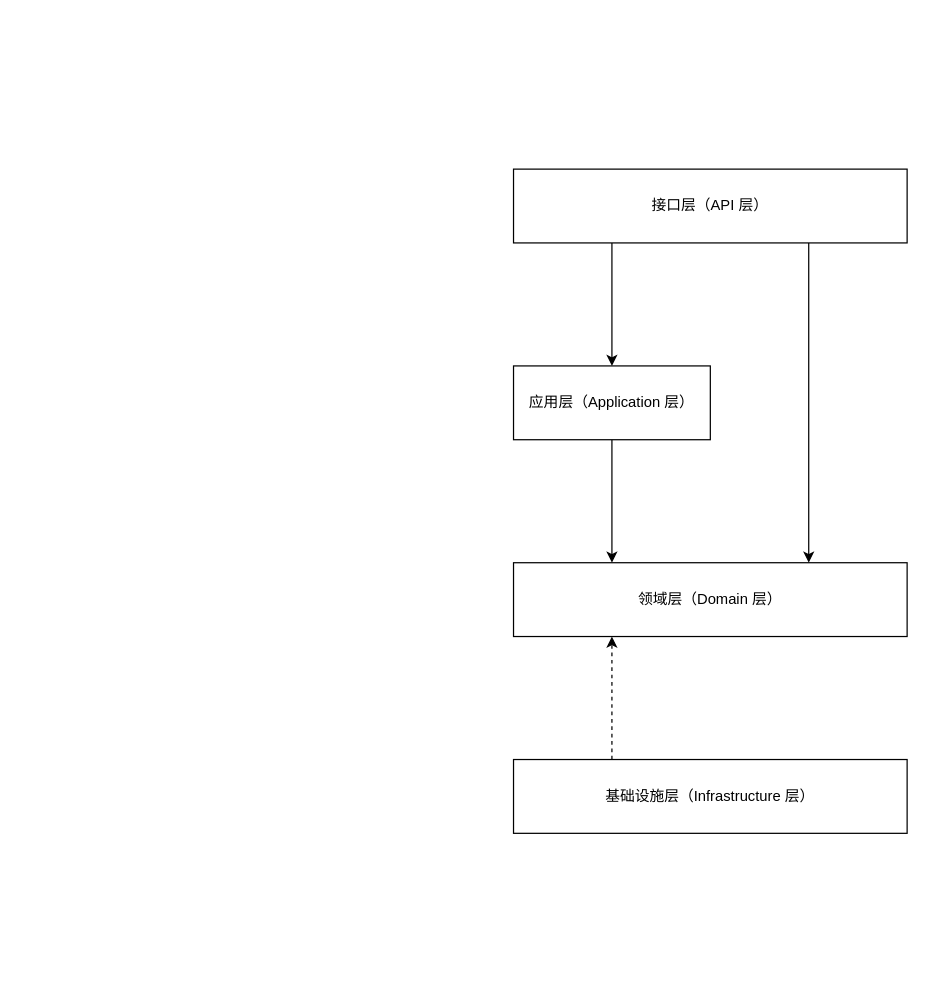
Earlier version of the draw.io diagram page "第 1 页" (1 of 2) of MDP框架层次架构.drawio (love-infinite/drawio-file). Source tidied: cells renumbered, new cells numbered last; positions are measured from the earlier drawing's top-left corner, leaving out a move shared by most shapes. Both pictures are drawn from the tidied source at 123%, with x=0, y=0 at pixel (513, 169).
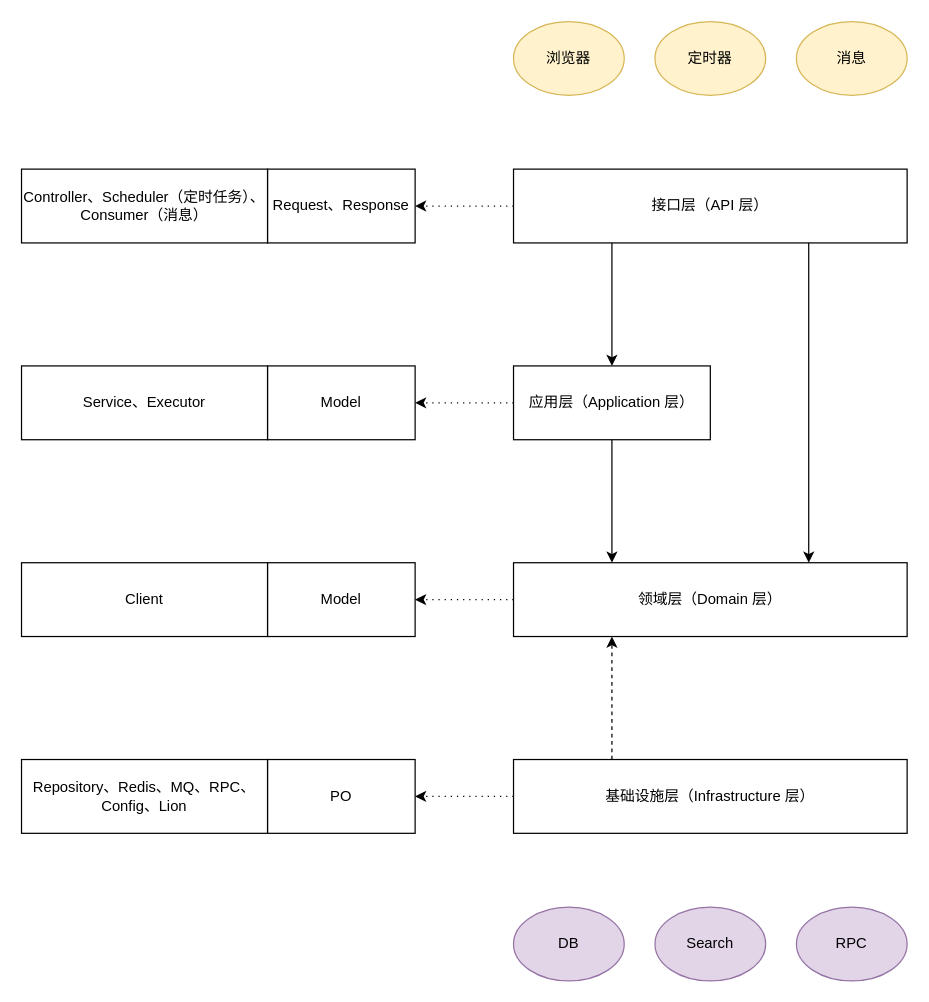
After the change.

Commit message:
更新MDP框架层次架构.drawio

Unchanged cells that the change refers to:
```xml
<mxCell id="4" value="接口层（API 层）" style="rounded=0;whiteSpace=wrap;html=1;" parent="1" vertex="1">
  <mxGeometry width="320" height="60" as="geometry" />
</mxCell>
<mxCell id="6" value="应用层（Application 层）" style="rounded=0;whiteSpace=wrap;html=1;" parent="1" vertex="1">
  <mxGeometry y="160" width="160" height="60" as="geometry" />
</mxCell>
<mxCell id="7" value="领域层（Domain 层）" style="rounded=0;whiteSpace=wrap;html=1;" parent="1" vertex="1">
  <mxGeometry y="320" width="320" height="60" as="geometry" />
</mxCell>
<mxCell id="9" value="基础设施层（Infrastructure 层）" style="rounded=0;whiteSpace=wrap;html=1;" parent="1" vertex="1">
  <mxGeometry y="480" width="320" height="60" as="geometry" />
</mxCell>
```

Change to the diagram source:
```diff
@@
+    <mxCell id="10" style="edgeStyle=orthogonalEdgeStyle;rounded=0;jettySize=auto;html=1;exitX=0;exitY=0.5;exitDx=0;exitDy=0;entryX=1;entryY=0.5;entryDx=0;entryDy=0;dashed=1;dashPattern=1 4;" parent="1" edge="1" source="4" target="14">
+      <mxGeometry relative="1" as="geometry" />
+    </mxCell>
@@
+    <mxCell id="11" style="edgeStyle=orthogonalEdgeStyle;rounded=0;jettySize=auto;html=1;exitX=0;exitY=0.5;exitDx=0;exitDy=0;entryX=1;entryY=0.5;entryDx=0;entryDy=0;dashed=1;dashPattern=1 4;" parent="1" edge="1" source="6" target="15">
+      <mxGeometry relative="1" as="geometry" />
+    </mxCell>
@@
+    <mxCell id="12" style="edgeStyle=orthogonalEdgeStyle;rounded=0;jettySize=auto;html=1;exitX=0;exitY=0.5;exitDx=0;exitDy=0;entryX=1;entryY=0.5;entryDx=0;entryDy=0;dashed=1;dashPattern=1 4;" parent="1" edge="1" source="7" target="16">
+      <mxGeometry relative="1" as="geometry" />
+    </mxCell>
@@
+    <mxCell id="13" style="edgeStyle=orthogonalEdgeStyle;rounded=0;jettySize=auto;html=1;exitX=0;exitY=0.5;exitDx=0;exitDy=0;entryX=1;entryY=0.5;entryDx=0;entryDy=0;dashed=1;dashPattern=1 4;" parent="1" edge="1" source="9" target="17">
+      <mxGeometry relative="1" as="geometry" />
+    </mxCell>
@@
+    <mxCell id="14" value="Request、Response" style="rounded=0;whiteSpace=wrap;html=1;" parent="1" vertex="1">
+      <mxGeometry x="-200" width="120" height="60" as="geometry" />
+    </mxCell>
+    <mxCell id="15" value="Model" style="rounded=0;whiteSpace=wrap;html=1;" parent="1" vertex="1">
+      <mxGeometry x="-200" y="160" width="120" height="60" as="geometry" />
+    </mxCell>
+    <mxCell id="16" value="Model" style="rounded=0;whiteSpace=wrap;html=1;" parent="1" vertex="1">
+      <mxGeometry x="-200" y="320" width="120" height="60" as="geometry" />
+    </mxCell>
+    <mxCell id="17" value="PO" style="rounded=0;whiteSpace=wrap;html=1;" parent="1" vertex="1">
+      <mxGeometry x="-200" y="480" width="120" height="60" as="geometry" />
+    </mxCell>
+    <mxCell id="18" value="浏览器" style="ellipse;whiteSpace=wrap;html=1;fillColor=#fff2cc;strokeColor=#d6b656;" parent="1" vertex="1">
+      <mxGeometry y="-120" width="90" height="60" as="geometry" />
+    </mxCell>
+    <mxCell id="19" value="定时器" style="ellipse;whiteSpace=wrap;html=1;fillColor=#fff2cc;strokeColor=#d6b656;" parent="1" vertex="1">
+      <mxGeometry x="115" y="-120" width="90" height="60" as="geometry" />
+    </mxCell>
+    <mxCell id="20" value="消息" style="ellipse;whiteSpace=wrap;html=1;fillColor=#fff2cc;strokeColor=#d6b656;" parent="1" vertex="1">
+      <mxGeometry x="230" y="-120" width="90" height="60" as="geometry" />
+    </mxCell>
+    <mxCell id="21" value="DB" style="ellipse;whiteSpace=wrap;html=1;fillColor=#e1d5e7;strokeColor=#9673a6;" parent="1" vertex="1">
+      <mxGeometry y="600" width="90" height="60" as="geometry" />
+    </mxCell>
+    <mxCell id="22" value="Search" style="ellipse;whiteSpace=wrap;html=1;fillColor=#e1d5e7;strokeColor=#9673a6;" parent="1" vertex="1">
+      <mxGeometry x="115" y="600" width="90" height="60" as="geometry" />
+    </mxCell>
+    <mxCell id="23" value="RPC" style="ellipse;whiteSpace=wrap;html=1;fillColor=#e1d5e7;strokeColor=#9673a6;" parent="1" vertex="1">
+      <mxGeometry x="230" y="600" width="90" height="60" as="geometry" />
+    </mxCell>
+    <mxCell id="24" value="Controller、Scheduler（定时任务）、Consumer（消息）" style="rounded=0;whiteSpace=wrap;html=1;" parent="1" vertex="1">
+      <mxGeometry x="-400" width="200" height="60" as="geometry" />
+    </mxCell>
+    <mxCell id="25" value="Service、Executor" style="rounded=0;whiteSpace=wrap;html=1;" parent="1" vertex="1">
+      <mxGeometry x="-400" y="160" width="200" height="60" as="geometry" />
+    </mxCell>
+    <mxCell id="26" value="Client" style="rounded=0;whiteSpace=wrap;html=1;" parent="1" vertex="1">
+      <mxGeometry x="-400" y="320" width="200" height="60" as="geometry" />
+    </mxCell>
+    <mxCell id="27" value="Repository、Redis、MQ、RPC、Config、Lion" style="rounded=0;whiteSpace=wrap;html=1;" parent="1" vertex="1">
+      <mxGeometry x="-400" y="480" width="200" height="60" as="geometry" />
+    </mxCell>
```
